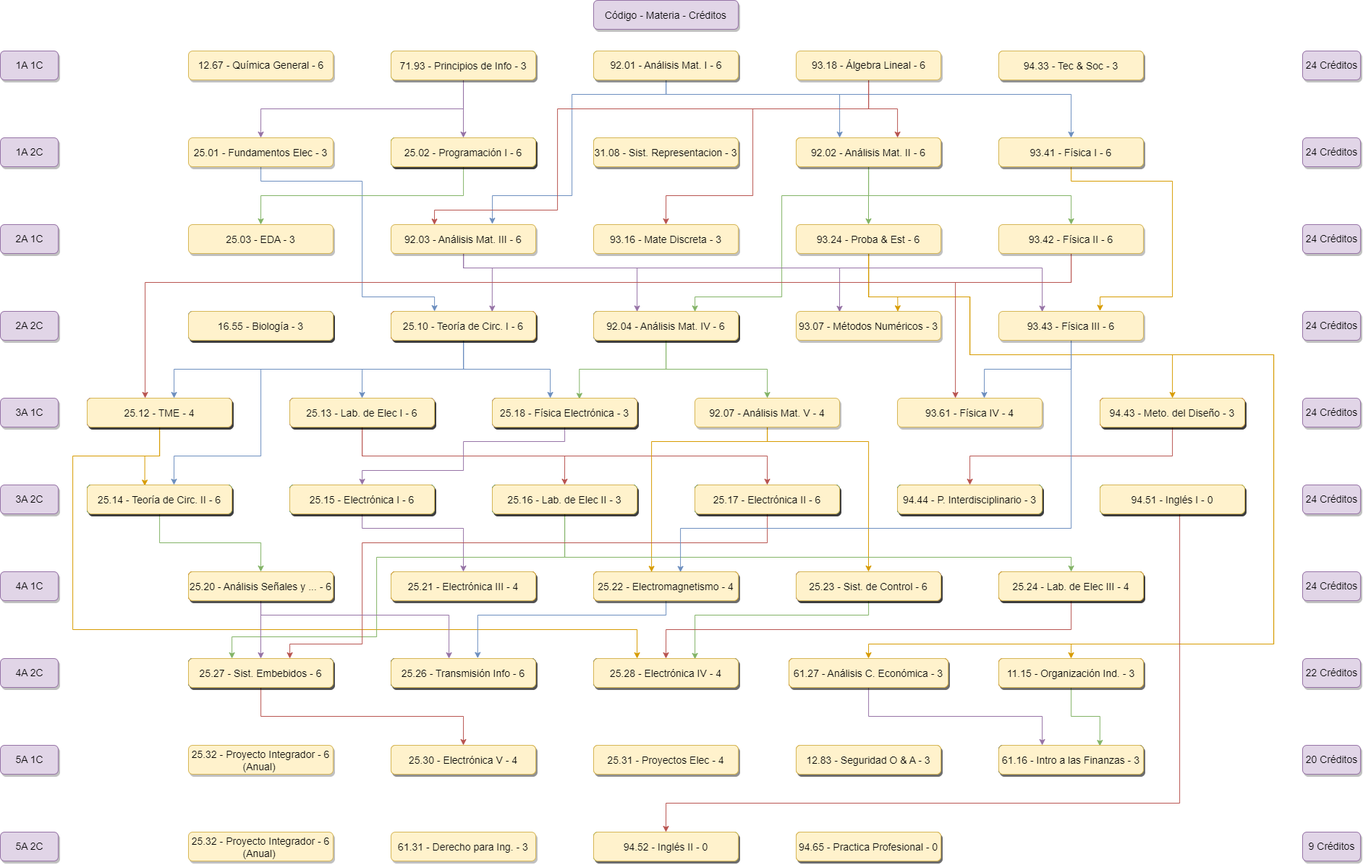
Earlier version of the draw.io export K22.drawio.png (juanipla/K22). Source tidied: cells renumbered, new cells last; positions are measured from the earlier drawing's top-left corner, leaving out a move shared by most shapes.
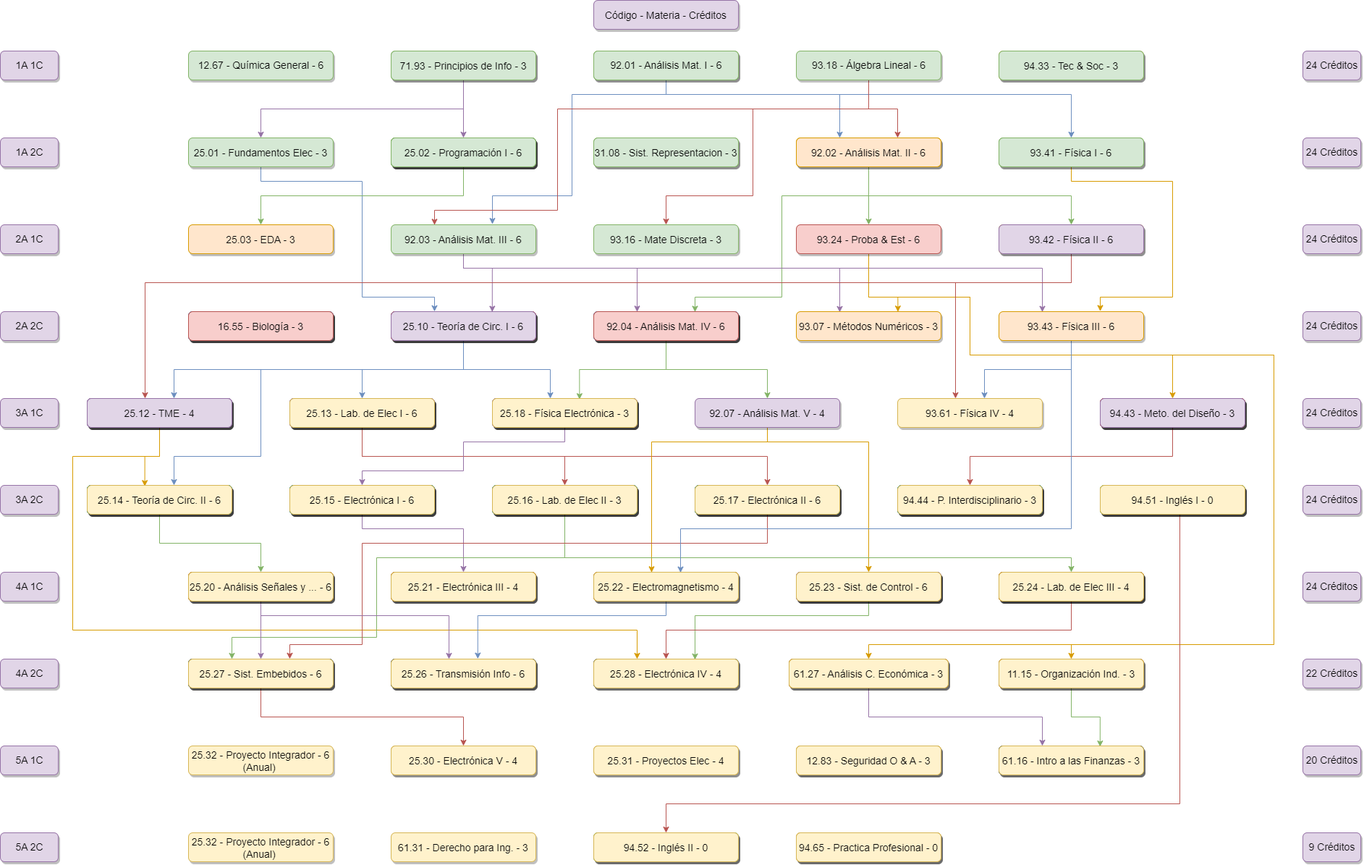
Later version of the same file.

The edit, as a diff of the source:
```diff
@@ -5,7 +5,7 @@
     <mxCell id="2" value="Código - Materia - Créditos" style="rounded=1;fillColor=#e1d5e7;strokeColor=#9673a6;shadow=1;fontStyle=0;fontSize=14;labelBorderColor=none;labelBackgroundColor=none;" parent="1" vertex="1">
       <mxGeometry x="820" width="200" height="40" as="geometry" />
     </mxCell>
-    <mxCell id="3" value="&lt;font style=&quot;font-size: 14px&quot;&gt;12.67 - Química General - 6&lt;/font&gt;" style="rounded=1;fillColor=#fff2cc;strokeColor=#d6b656;shadow=1;fontStyle=0;fontSize=14;labelBorderColor=none;labelBackgroundColor=none;html=1;" parent="1" vertex="1">
+    <mxCell id="3" value="&lt;font style=&quot;font-size: 14px&quot;&gt;12.67 - Química General - 6&lt;/font&gt;" style="rounded=1;fillColor=#d5e8d4;strokeColor=#82b366;shadow=1;fontStyle=0;fontSize=14;labelBorderColor=none;labelBackgroundColor=none;html=1;" parent="1" vertex="1">
       <mxGeometry x="260" y="70" width="200" height="40" as="geometry" />
     </mxCell>
     <mxCell id="4" style="edgeStyle=orthogonalEdgeStyle;rounded=0;jettySize=auto;html=1;entryX=0.5;entryY=0;entryDx=0;entryDy=0;fillColor=#e1d5e7;strokeColor=#9673a6;" parent="1" edge="1" source="6" target="19">
@@ -79,7 +79,7 @@
         </Array>
       </mxGeometry>
     </mxCell>
-    <mxCell id="14" value="93.18 - Álgebra Lineal - 6" style="rounded=1;fillColor=#fff2cc;strokeColor=#d6b656;shadow=1;fontStyle=0;fontSize=14;labelBorderColor=none;labelBackgroundColor=none;verticalAlign=middle;html=1;" parent="1" vertex="1">
+    <mxCell id="14" value="93.18 - Álgebra Lineal - 6" style="rounded=1;fillColor=#d5e8d4;strokeColor=#82b366;shadow=1;fontStyle=0;fontSize=14;labelBorderColor=none;labelBackgroundColor=none;verticalAlign=middle;html=1;" parent="1" vertex="1">
       <mxGeometry x="1100" y="70" width="200" height="40" as="geometry" />
     </mxCell>
     <mxCell id="15" value="94.33 - Tec &amp; Soc - 3" style="rounded=1;fillColor=#fff2cc;strokeColor=#d6b656;shadow=1;fontStyle=0;fontSize=14;labelBorderColor=none;labelBackgroundColor=none;verticalAlign=middle;" parent="1" vertex="1">
@@ -96,7 +96,7 @@
         </Array>
       </mxGeometry>
     </mxCell>
-    <mxCell id="17" value="25.01 - Fundamentos Elec - 3" style="rounded=1;fillColor=#fff2cc;strokeColor=#d6b656;shadow=1;fontStyle=0;fontSize=14;labelBorderColor=none;labelBackgroundColor=none;" parent="1" vertex="1">
+    <mxCell id="17" value="25.01 - Fundamentos Elec - 3" style="rounded=1;fillColor=#d5e8d4;strokeColor=#82b366;shadow=1;fontStyle=0;fontSize=14;labelBorderColor=none;labelBackgroundColor=none;" parent="1" vertex="1">
       <mxGeometry x="260" y="190" width="200" height="40" as="geometry" />
     </mxCell>
     <mxCell id="18" style="edgeStyle=orthogonalEdgeStyle;rounded=0;jumpStyle=none;jettySize=auto;html=1;entryX=0.5;entryY=0;entryDx=0;entryDy=0;fillColor=#d5e8d4;strokeColor=#82b366;" parent="1" edge="1" source="19" target="27">
@@ -151,7 +151,7 @@
     <mxCell id="26" value="93.41 - Física I - 6" style="rounded=1;fillColor=#d5e8d4;strokeColor=#82b366;shadow=1;fontStyle=0;fontSize=14;labelBorderColor=none;labelBackgroundColor=none;verticalAlign=middle;" parent="1" vertex="1">
       <mxGeometry x="1380" y="190" width="200" height="40" as="geometry" />
     </mxCell>
-    <mxCell id="27" value="25.03 - EDA - 3" style="rounded=1;fillColor=#fff2cc;strokeColor=#d6b656;shadow=1;fontStyle=0;fontSize=14;labelBorderColor=none;labelBackgroundColor=none;" parent="1" vertex="1">
+    <mxCell id="27" value="25.03 - EDA - 3" style="rounded=1;fillColor=#ffe6cc;strokeColor=#d79b00;shadow=1;fontStyle=0;fontSize=14;labelBorderColor=none;labelBackgroundColor=none;" parent="1" vertex="1">
       <mxGeometry x="260" y="310" width="200" height="40" as="geometry" />
     </mxCell>
     <mxCell id="28" style="edgeStyle=orthogonalEdgeStyle;rounded=0;jumpStyle=none;jettySize=auto;html=1;entryX=0.699;entryY=0.013;entryDx=0;entryDy=0;fillColor=#e1d5e7;strokeColor=#9673a6;entryPerimeter=0;" parent="1" edge="1" source="32" target="83">
@@ -188,10 +188,10 @@
         </Array>
       </mxGeometry>
     </mxCell>
-    <mxCell id="32" value="92.03 - Análisis Mat. III - 6" style="rounded=1;fillColor=#fff2cc;strokeColor=#d6b656;shadow=1;fontStyle=0;fontSize=14;labelBorderColor=none;labelBackgroundColor=none;" parent="1" vertex="1">
+    <mxCell id="32" value="92.03 - Análisis Mat. III - 6" style="rounded=1;fillColor=#d5e8d4;strokeColor=#82b366;shadow=1;fontStyle=0;fontSize=14;labelBorderColor=none;labelBackgroundColor=none;" parent="1" vertex="1">
       <mxGeometry x="540" y="310" width="200" height="40" as="geometry" />
     </mxCell>
-    <mxCell id="33" value="93.16 - Mate Discreta - 3" style="rounded=1;fillColor=#fff2cc;strokeColor=#d6b656;shadow=1;fontStyle=0;fontSize=14;labelBorderColor=none;labelBackgroundColor=none;verticalAlign=middle;" parent="1" vertex="1">
+    <mxCell id="33" value="93.16 - Mate Discreta - 3" style="rounded=1;fillColor=#d5e8d4;strokeColor=#82b366;shadow=1;fontStyle=0;fontSize=14;labelBorderColor=none;labelBackgroundColor=none;verticalAlign=middle;" parent="1" vertex="1">
       <mxGeometry x="820" y="310" width="200" height="40" as="geometry" />
     </mxCell>
     <mxCell id="34" style="edgeStyle=orthogonalEdgeStyle;rounded=0;jumpStyle=none;jettySize=auto;html=1;entryX=0.702;entryY=0.006;entryDx=0;entryDy=0;fillColor=#ffe6cc;strokeColor=#d79b00;entryPerimeter=0;" parent="1" edge="1" source="38" target="87">
@@ -236,7 +236,7 @@
         </Array>
       </mxGeometry>
     </mxCell>
-    <mxCell id="38" value="93.24 - Proba &amp; Est - 6" style="rounded=1;fillColor=#fff2cc;strokeColor=#d6b656;shadow=1;fontStyle=0;fontSize=14;labelBorderColor=none;labelBackgroundColor=none;verticalAlign=middle;" parent="1" vertex="1">
+    <mxCell id="38" value="93.24 - Proba &amp; Est - 6" style="rounded=1;fillColor=#f8cecc;strokeColor=#b85450;shadow=1;fontStyle=0;fontSize=14;labelBorderColor=none;labelBackgroundColor=none;verticalAlign=middle;" parent="1" vertex="1">
       <mxGeometry x="1100" y="310" width="200" height="40" as="geometry" />
     </mxCell>
     <mxCell id="39" style="edgeStyle=orthogonalEdgeStyle;rounded=0;jumpStyle=none;jettySize=auto;html=1;entryX=0.398;entryY=-0.001;entryDx=0;entryDy=0;fillColor=#f8cecc;strokeColor=#b85450;entryPerimeter=0;" parent="1" edge="1" source="41" target="54">
@@ -354,7 +354,7 @@
         </Array>
       </mxGeometry>
     </mxCell>
-    <mxCell id="62" value="92.07 - Análisis Mat. V - 4" style="rounded=1;fillColor=#fff2cc;strokeColor=#d6b656;shadow=1;fontStyle=0;fontSize=14;labelBorderColor=none;labelBackgroundColor=none;verticalAlign=middle;" parent="1" vertex="1">
+    <mxCell id="62" value="92.07 - Análisis Mat. V - 4" style="rounded=1;fillColor=#e1d5e7;strokeColor=#9673a6;shadow=1;fontStyle=0;fontSize=14;labelBorderColor=none;labelBackgroundColor=none;verticalAlign=middle;" parent="1" vertex="1">
       <mxGeometry x="960" y="550" width="200" height="40" as="geometry" />
     </mxCell>
     <mxCell id="63" value="93.61 - Física IV - 4" style="rounded=1;fillColor=#fff2cc;strokeColor=#d6b656;shadow=1;fontStyle=0;fontSize=14;labelBorderColor=none;labelBackgroundColor=none;verticalAlign=middle;" parent="1" vertex="1">
@@ -486,7 +486,7 @@
     <mxCell id="86" value="92.04 - Análisis Mat. IV - 6" style="rounded=1;fillColor=#dae8fc;strokeColor=#6c8ebf;shadow=1;fontStyle=0;fontSize=14;labelBorderColor=none;labelBackgroundColor=none;verticalAlign=middle;" parent="1" vertex="1">
       <mxGeometry x="820" y="430" width="200" height="40" as="geometry" />
     </mxCell>
-    <mxCell id="87" value="93.07 - Métodos Numéricos - 3" style="rounded=1;fillColor=#fff2cc;strokeColor=#d6b656;shadow=1;fontStyle=0;fontSize=14;labelBorderColor=none;labelBackgroundColor=none;verticalAlign=middle;" parent="1" vertex="1">
+    <mxCell id="87" value="93.07 - Métodos Numéricos - 3" style="rounded=1;fillColor=#ffe6cc;strokeColor=#d79b00;shadow=1;fontStyle=0;fontSize=14;labelBorderColor=none;labelBackgroundColor=none;verticalAlign=middle;" parent="1" vertex="1">
       <mxGeometry x="1100" y="430" width="200" height="40" as="geometry" />
     </mxCell>
     <mxCell id="88" style="edgeStyle=orthogonalEdgeStyle;rounded=0;jumpStyle=none;jettySize=auto;html=1;fillColor=#dae8fc;strokeColor=#6c8ebf;" parent="1" edge="1" source="90">
@@ -507,7 +507,7 @@
         </Array>
       </mxGeometry>
     </mxCell>
-    <mxCell id="90" value="93.43 - Física III - 6" style="rounded=1;fillColor=#fff2cc;strokeColor=#d6b656;shadow=1;fontStyle=0;fontSize=14;labelBorderColor=none;labelBackgroundColor=none;verticalAlign=middle;" parent="1" vertex="1">
+    <mxCell id="90" value="93.43 - Física III - 6" style="rounded=1;fillColor=#ffe6cc;strokeColor=#d79b00;shadow=1;fontStyle=0;fontSize=14;labelBorderColor=none;labelBackgroundColor=none;verticalAlign=middle;" parent="1" vertex="1">
       <mxGeometry x="1380" y="430" width="200" height="40" as="geometry" />
     </mxCell>
     <mxCell id="91" style="edgeStyle=orthogonalEdgeStyle;rounded=0;jumpStyle=none;jettySize=auto;html=1;entryX=0.5;entryY=0;entryDx=0;entryDy=0;fillColor=#e1d5e7;strokeColor=#9673a6;" parent="1" edge="1" source="93" target="102">
@@ -652,22 +652,22 @@
     <mxCell id="127" value="25.32 - Proyecto Integrador - 6&#10;(Anual) " style="rounded=1;fillColor=#fff2cc;strokeColor=#d6b656;shadow=1;fontStyle=0;fontSize=14;labelBorderColor=none;labelBackgroundColor=none;" parent="1" vertex="1">
       <mxGeometry x="260" y="1150" width="200" height="40" as="geometry" />
     </mxCell>
-    <mxCell id="128" value="94.33 - Tec &amp; Soc - 3" style="rounded=1;fillColor=#fff2cc;strokeColor=#d6b656;shadow=1;fontStyle=0;fontSize=14;labelBorderColor=none;labelBackgroundColor=none;verticalAlign=middle;" parent="1" vertex="1">
+    <mxCell id="128" value="94.33 - Tec &amp; Soc - 3" style="rounded=1;fillColor=#d5e8d4;strokeColor=#82b366;shadow=1;fontStyle=0;fontSize=14;labelBorderColor=none;labelBackgroundColor=none;verticalAlign=middle;" parent="1" vertex="1">
       <mxGeometry x="1380" y="70" width="200" height="40" as="geometry" />
     </mxCell>
-    <mxCell id="129" value="93.41 - Física I - 6" style="rounded=1;fillColor=#fff2cc;strokeColor=#d6b656;shadow=1;fontStyle=0;fontSize=14;labelBorderColor=none;labelBackgroundColor=none;verticalAlign=middle;" parent="1" vertex="1">
+    <mxCell id="129" value="93.41 - Física I - 6" style="rounded=1;fillColor=#d5e8d4;strokeColor=#82b366;shadow=1;fontStyle=0;fontSize=14;labelBorderColor=none;labelBackgroundColor=none;verticalAlign=middle;" parent="1" vertex="1">
       <mxGeometry x="1380" y="190" width="200" height="40" as="geometry" />
     </mxCell>
-    <mxCell id="130" value="92.02 - Análisis Mat. II - 6" style="rounded=1;fillColor=#fff2cc;strokeColor=#d6b656;shadow=1;fontStyle=0;fontSize=14;labelBorderColor=none;labelBackgroundColor=none;verticalAlign=middle;" parent="1" vertex="1">
+    <mxCell id="130" value="92.02 - Análisis Mat. II - 6" style="rounded=1;fillColor=#ffe6cc;strokeColor=#d79b00;shadow=1;fontStyle=0;fontSize=14;labelBorderColor=none;labelBackgroundColor=none;verticalAlign=middle;" parent="1" vertex="1">
       <mxGeometry x="1100" y="190" width="200" height="40" as="geometry" />
     </mxCell>
-    <mxCell id="131" value="31.08 - Sist. Representacion - 3" style="rounded=1;fillColor=#fff2cc;strokeColor=#d6b656;shadow=1;fontStyle=0;fontSize=14;labelBorderColor=none;labelBackgroundColor=none;verticalAlign=middle;" parent="1" vertex="1">
+    <mxCell id="131" value="31.08 - Sist. Representacion - 3" style="rounded=1;fillColor=#d5e8d4;strokeColor=#82b366;shadow=1;fontStyle=0;fontSize=14;labelBorderColor=none;labelBackgroundColor=none;verticalAlign=middle;" parent="1" vertex="1">
       <mxGeometry x="820" y="190" width="200" height="40" as="geometry" />
     </mxCell>
-    <mxCell id="132" value="92.01 - Análisis Mat. I - 6" style="rounded=1;fillColor=#fff2cc;strokeColor=#d6b656;shadow=1;fontStyle=0;fontSize=14;labelBorderColor=none;labelBackgroundColor=none;html=1;verticalAlign=middle;" parent="1" vertex="1">
+    <mxCell id="132" value="92.01 - Análisis Mat. I - 6" style="rounded=1;fillColor=#d5e8d4;strokeColor=#82b366;shadow=1;fontStyle=0;fontSize=14;labelBorderColor=none;labelBackgroundColor=none;html=1;verticalAlign=middle;" parent="1" vertex="1">
       <mxGeometry x="820" y="70" width="200" height="40" as="geometry" />
     </mxCell>
-    <mxCell id="133" value="71.93 - Principios de Info - 3" style="rounded=1;fillColor=#fff2cc;strokeColor=#d6b656;shadow=1;fontStyle=0;fontSize=14;labelBorderColor=none;labelBackgroundColor=none;" parent="1" vertex="1">
+    <mxCell id="133" value="71.93 - Principios de Info - 3" style="rounded=1;fillColor=#d5e8d4;strokeColor=#82b366;shadow=1;fontStyle=0;fontSize=14;labelBorderColor=none;labelBackgroundColor=none;" parent="1" vertex="1">
       <mxGeometry x="540" y="70" width="200" height="40" as="geometry" />
     </mxCell>
     <mxCell id="134" value="94.43 - Meto. del Diseño - 3" style="rounded=1;fillColor=#f8cecc;strokeColor=#b85450;shadow=1;fontStyle=0;fontSize=14;labelBorderColor=none;labelBackgroundColor=none;verticalAlign=middle;" parent="1" vertex="1">
@@ -847,19 +847,19 @@
     <mxCell id="192" value="61.16 - Intro a las Finanzas - 3" style="rounded=1;fillColor=#bac8d3;strokeColor=#23445d;shadow=1;fontStyle=0;fontSize=14;labelBorderColor=none;labelBackgroundColor=none;verticalAlign=middle;" parent="1" vertex="1">
       <mxGeometry x="1380" y="1030" width="200" height="40" as="geometry" />
     </mxCell>
-    <mxCell id="193" value="94.43 - Meto. del Diseño - 3" style="rounded=1;fillColor=#fff2cc;strokeColor=#d6b656;shadow=1;fontStyle=0;fontSize=14;labelBorderColor=none;labelBackgroundColor=none;verticalAlign=middle;" parent="1" vertex="1">
+    <mxCell id="193" value="94.43 - Meto. del Diseño - 3" style="rounded=1;fillColor=#e1d5e7;strokeColor=#9673a6;shadow=1;fontStyle=0;fontSize=14;labelBorderColor=none;labelBackgroundColor=none;verticalAlign=middle;" parent="1" vertex="1">
       <mxGeometry x="1520" y="550" width="200" height="40" as="geometry" />
     </mxCell>
-    <mxCell id="194" value="25.02 - Programación I - 6" style="rounded=1;fillColor=#fff2cc;strokeColor=#d6b656;shadow=1;fontStyle=0;fontSize=14;labelBorderColor=none;labelBackgroundColor=none;" parent="1" vertex="1">
+    <mxCell id="194" value="25.02 - Programación I - 6" style="rounded=1;fillColor=#d5e8d4;strokeColor=#82b366;shadow=1;fontStyle=0;fontSize=14;labelBorderColor=none;labelBackgroundColor=none;" parent="1" vertex="1">
       <mxGeometry x="540" y="190" width="200" height="40" as="geometry" />
     </mxCell>
-    <mxCell id="195" value="16.55 - Biología - 3" style="rounded=1;fillColor=#fff2cc;strokeColor=#d6b656;shadow=1;fontStyle=0;fontSize=14;labelBorderColor=none;labelBackgroundColor=none;" parent="1" vertex="1">
+    <mxCell id="195" value="16.55 - Biología - 3" style="rounded=1;fillColor=#f8cecc;strokeColor=#b85450;shadow=1;fontStyle=0;fontSize=14;labelBorderColor=none;labelBackgroundColor=none;" parent="1" vertex="1">
       <mxGeometry x="260" y="430" width="200" height="40" as="geometry" />
     </mxCell>
-    <mxCell id="196" value="25.10 - Teoría de Circ. I - 6" style="rounded=1;fillColor=#fff2cc;strokeColor=#d6b656;shadow=1;fontStyle=0;fontSize=14;labelBorderColor=none;labelBackgroundColor=none;" parent="1" vertex="1">
+    <mxCell id="196" value="25.10 - Teoría de Circ. I - 6" style="rounded=1;fillColor=#e1d5e7;strokeColor=#9673a6;shadow=1;fontStyle=0;fontSize=14;labelBorderColor=none;labelBackgroundColor=none;" parent="1" vertex="1">
       <mxGeometry x="540" y="430" width="200" height="40" as="geometry" />
     </mxCell>
-    <mxCell id="197" value="92.04 - Análisis Mat. IV - 6" style="rounded=1;fillColor=#fff2cc;strokeColor=#d6b656;shadow=1;fontStyle=0;fontSize=14;labelBorderColor=none;labelBackgroundColor=none;verticalAlign=middle;" parent="1" vertex="1">
+    <mxCell id="197" value="92.04 - Análisis Mat. IV - 6" style="rounded=1;fillColor=#f8cecc;strokeColor=#b85450;shadow=1;fontStyle=0;fontSize=14;labelBorderColor=none;labelBackgroundColor=none;verticalAlign=middle;" parent="1" vertex="1">
       <mxGeometry x="820" y="430" width="200" height="40" as="geometry" />
     </mxCell>
     <mxCell id="198" value="25.18 - Física Electrónica - 3" style="rounded=1;fillColor=#fff2cc;strokeColor=#d6b656;shadow=1;fontStyle=0;fontSize=14;labelBorderColor=none;labelBackgroundColor=none;verticalAlign=middle;" parent="1" vertex="1">
@@ -868,7 +868,7 @@
     <mxCell id="199" value="25.13 - Lab. de Elec I - 6" style="rounded=1;fillColor=#fff2cc;strokeColor=#d6b656;shadow=1;fontStyle=0;fontSize=14;labelBorderColor=none;labelBackgroundColor=none;" parent="1" vertex="1">
       <mxGeometry x="400" y="550" width="200" height="40" as="geometry" />
     </mxCell>
-    <mxCell id="200" value="25.12 - TME - 4" style="rounded=1;fillColor=#fff2cc;strokeColor=#d6b656;shadow=1;fontStyle=0;fontSize=14;labelBorderColor=none;labelBackgroundColor=none;" parent="1" vertex="1">
+    <mxCell id="200" value="25.12 - TME - 4" style="rounded=1;fillColor=#e1d5e7;strokeColor=#9673a6;shadow=1;fontStyle=0;fontSize=14;labelBorderColor=none;labelBackgroundColor=none;" parent="1" vertex="1">
       <mxGeometry x="120" y="550" width="200" height="40" as="geometry" />
     </mxCell>
     <mxCell id="201" value="25.14 - Teoría de Circ. II - 6" style="rounded=1;fillColor=#fff2cc;strokeColor=#d6b656;shadow=1;fontStyle=0;fontSize=14;labelBorderColor=none;labelBackgroundColor=none;" parent="1" vertex="1">
@@ -952,5 +952,8 @@
     <mxCell id="227" value="94.52 - Inglés II - 0" style="rounded=1;fillColor=#fff2cc;strokeColor=#d6b656;shadow=1;fontStyle=0;fontSize=14;labelBorderColor=none;labelBackgroundColor=none;verticalAlign=middle;" parent="1" vertex="1">
       <mxGeometry x="820" y="1150" width="200" height="40" as="geometry" />
     </mxCell>
+    <mxCell id="228" value="93.42 - Física II - 6" style="rounded=1;fillColor=#e1d5e7;strokeColor=#9673a6;shadow=1;fontStyle=0;fontSize=14;labelBorderColor=none;labelBackgroundColor=none;verticalAlign=middle;" parent="1" vertex="1">
+      <mxGeometry x="1380" y="310" width="200" height="40" as="geometry" />
+    </mxCell>
   </root>
 </mxGraphModel>
```
